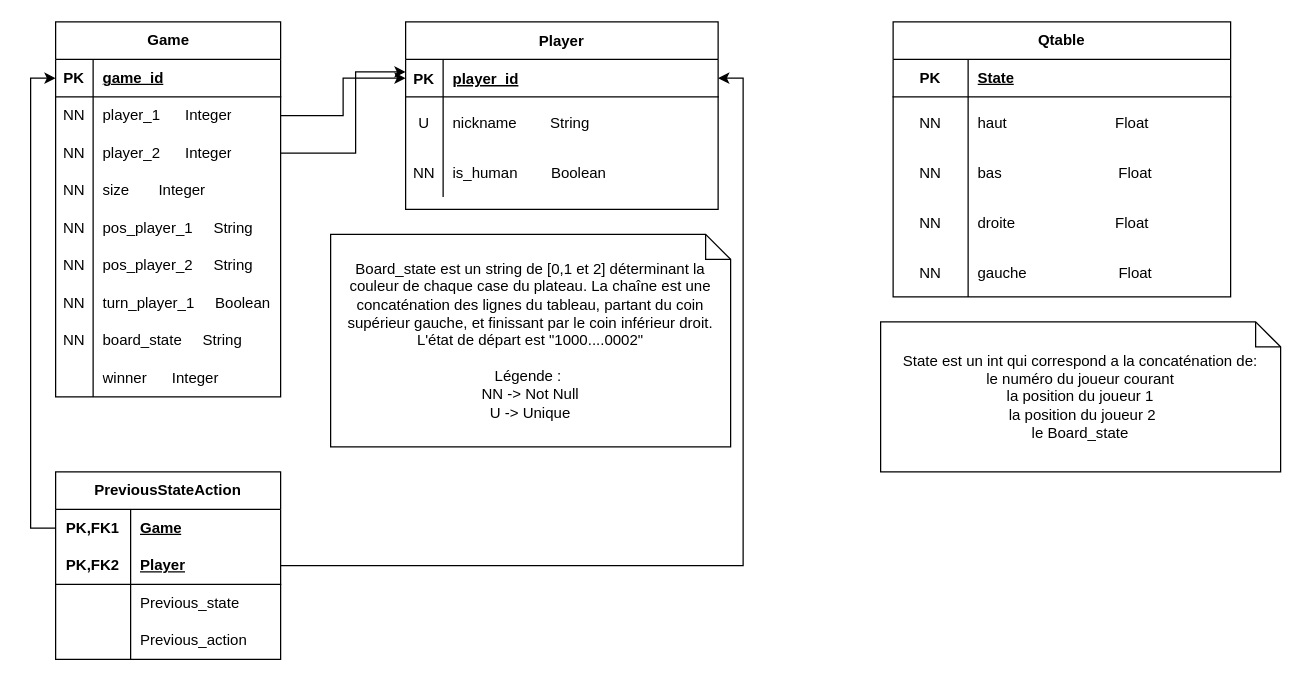
Before: schema base de donnée.drawio in perdita96/Projet-IA, a draw.io diagram. Source tidied: cells renumbered, new cells numbered last; positions are measured from the earlier drawing's top-left corner, leaving out a move shared by most shapes. Both pictures are drawn from the tidied source at 125%, with x=0, y=0 at pixel (55, 21).
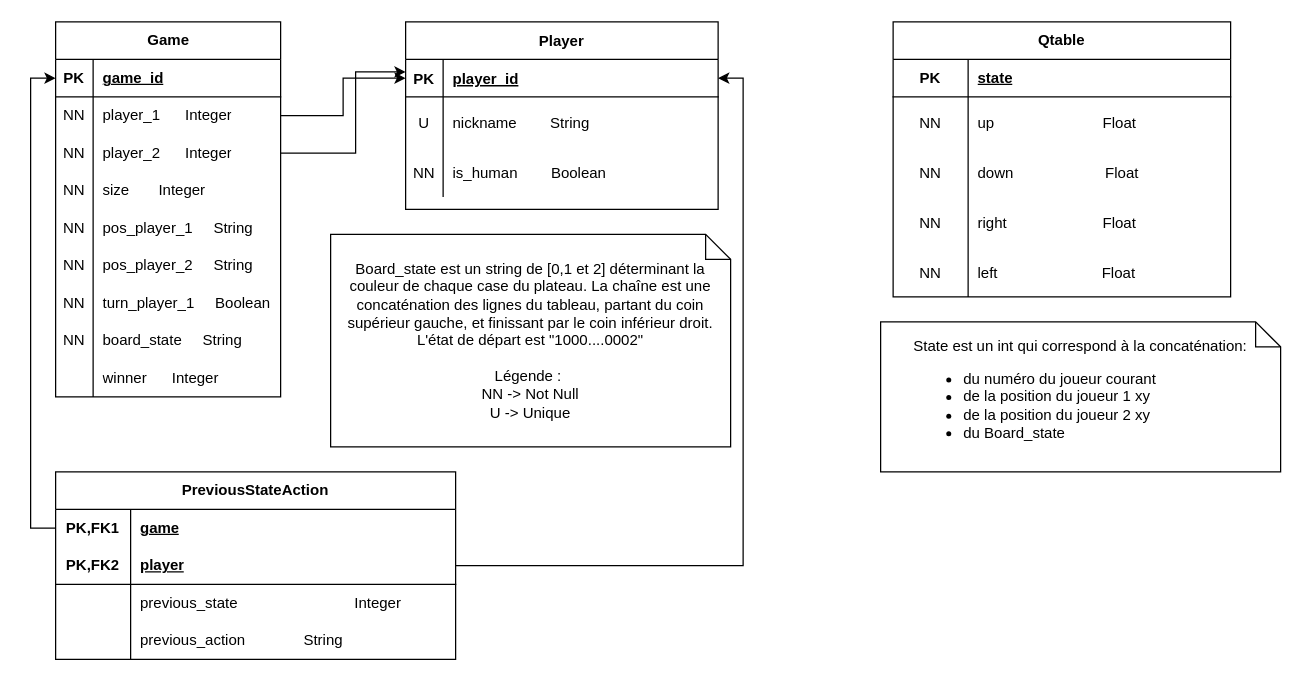
Above is the later version.

The change refers to these unchanged cells:
```xml
<mxCell id="44" style="shape=tableRow;horizontal=0;startSize=0;swimlaneHead=0;swimlaneBody=0;fillColor=none;top=0;left=0;right=0;bottom=1;html=1;" parent="43" vertex="1">
  <mxGeometry y="30" width="270" height="30" as="geometry" />
</mxCell>
<mxCell id="47" style="shape=partialRectangle;fillColor=none;top=0;left=0;right=0;bottom=0;" parent="43" vertex="1">
  <mxGeometry y="60" width="270" height="40" as="geometry" />
</mxCell>
<mxCell id="50" style="shape=partialRectangle;fillColor=none;top=0;left=0;right=0;bottom=0;" parent="43" vertex="1">
  <mxGeometry y="100" width="270" height="40" as="geometry" />
</mxCell>
<mxCell id="53" style="shape=partialRectangle;fillColor=none;top=0;left=0;right=0;bottom=0;" parent="43" vertex="1">
  <mxGeometry y="140" width="270" height="40" as="geometry" />
</mxCell>
<mxCell id="56" style="shape=partialRectangle;fillColor=none;top=0;left=0;right=0;bottom=0;" parent="43" vertex="1">
  <mxGeometry y="180" width="270" height="40" as="geometry" />
</mxCell>
```

Change to the diagram source:
```diff
@@
-    <mxCell id="46" value="State" style="shape=partialRectangle;fillColor=none;top=0;left=0;bottom=0;right=0;align=left;spacingLeft=6;fontStyle=5;overflow=hidden;html=1;whiteSpace=wrap;" parent="44" vertex="1">
+    <mxCell id="46" value="state" style="shape=partialRectangle;fillColor=none;top=0;left=0;bottom=0;right=0;align=left;spacingLeft=6;fontStyle=5;overflow=hidden;html=1;whiteSpace=wrap;" parent="44" vertex="1">
       <mxGeometry x="60" width="210" height="30" as="geometry" />
     </mxCell>
@@
-    <mxCell id="49" value="haut                          Float" style="shape=partialRectangle;overflow=hidden;fillColor=none;top=0;left=0;bottom=0;right=0;align=left;spacingLeft=6;" parent="47" vertex="1">
+    <mxCell id="49" value="up                          Float" style="shape=partialRectangle;overflow=hidden;fillColor=none;top=0;left=0;bottom=0;right=0;align=left;spacingLeft=6;" parent="47" vertex="1">
       <mxGeometry x="60" width="210" height="40" as="geometry" />
     </mxCell>
@@
-    <mxCell id="52" value="bas                            Float" style="shape=partialRectangle;overflow=hidden;fillColor=none;top=0;left=0;bottom=0;right=0;align=left;spacingLeft=6;" parent="50" vertex="1">
+    <mxCell id="52" value="down                      Float" style="shape=partialRectangle;overflow=hidden;fillColor=none;top=0;left=0;bottom=0;right=0;align=left;spacingLeft=6;" parent="50" vertex="1">
       <mxGeometry x="60" width="210" height="40" as="geometry" />
     </mxCell>
@@
-    <mxCell id="55" value="droite                        Float" style="shape=partialRectangle;overflow=hidden;fillColor=none;top=0;left=0;bottom=0;right=0;align=left;spacingLeft=6;" parent="53" vertex="1">
+    <mxCell id="55" value="right                       Float" style="shape=partialRectangle;overflow=hidden;fillColor=none;top=0;left=0;bottom=0;right=0;align=left;spacingLeft=6;" parent="53" vertex="1">
       <mxGeometry x="60" width="210" height="40" as="geometry" />
     </mxCell>
@@
-    <mxCell id="58" value="gauche                      Float" style="shape=partialRectangle;overflow=hidden;fillColor=none;top=0;left=0;bottom=0;right=0;align=left;spacingLeft=6;" parent="56" vertex="1">
+    <mxCell id="58" value="left                         Float" style="shape=partialRectangle;overflow=hidden;fillColor=none;top=0;left=0;bottom=0;right=0;align=left;spacingLeft=6;" parent="56" vertex="1">
       <mxGeometry x="60" width="210" height="40" as="geometry" />
     </mxCell>
-    <mxCell id="59" value="State est un int qui correspond a la concaténation de:&lt;br&gt;le numéro du joueur courant&lt;br&gt;la position du joueur 1&lt;br&gt;&amp;nbsp;la position du joueur 2&lt;br&gt;le Board_state" style="shape=note;size=20;whiteSpace=wrap;html=1;" parent="1" vertex="1">
+    <mxCell id="59" value="State est un int qui correspond à la concaténation:&lt;br&gt;&lt;div style=&quot;text-align: left;&quot;&gt;&lt;ul&gt;&lt;li&gt;&lt;span style=&quot;background-color: initial;&quot;&gt;du numéro du joueur courant&lt;/span&gt;&lt;/li&gt;&lt;li&gt;&lt;span style=&quot;background-color: initial;&quot;&gt;de la position du joueur 1 xy&lt;/span&gt;&lt;/li&gt;&lt;li&gt;&lt;span style=&quot;background-color: initial;&quot;&gt;de la position du joueur 2 xy&lt;/span&gt;&lt;/li&gt;&lt;li&gt;&lt;span style=&quot;background-color: initial;&quot;&gt;du Board_state&lt;/span&gt;&lt;/li&gt;&lt;/ul&gt;&lt;/div&gt;" style="shape=note;size=20;whiteSpace=wrap;html=1;" parent="1" vertex="1">
       <mxGeometry x="660" y="240" width="320" height="120" as="geometry" />
     </mxCell>
     <mxCell id="60" value="PreviousStateAction" style="shape=table;startSize=30;childLayout=tableLayout;rowLines=0;fontStyle=1;align=center;html=1;whiteSpace=wrap;" parent="1" vertex="1">
-      <mxGeometry y="360" width="180" height="150" as="geometry" />
+      <mxGeometry y="360" width="320" height="150" as="geometry" />
     </mxCell>
     <mxCell id="61" style="shape=tableRow;horizontal=0;startSize=0;swimlaneHead=0;swimlaneBody=0;fillColor=none;points=[[0,0.5],[1,0.5]];portConstraint=eastwest;top=0;left=0;right=0;bottom=0;html=1;" parent="60" vertex="1">
-      <mxGeometry y="30" width="180" height="30" as="geometry" />
+      <mxGeometry y="30" width="320" height="30" as="geometry" />
     </mxCell>
@@
-    <mxCell id="63" value="Game" style="shape=partialRectangle;fillColor=none;top=0;left=0;bottom=0;right=0;align=left;spacingLeft=6;fontStyle=5;overflow=hidden;html=1;whiteSpace=wrap;" parent="61" vertex="1">
-      <mxGeometry x="60" width="120" height="30" as="geometry" />
+    <mxCell id="63" value="game" style="shape=partialRectangle;fillColor=none;top=0;left=0;bottom=0;right=0;align=left;spacingLeft=6;fontStyle=5;overflow=hidden;html=1;whiteSpace=wrap;" parent="61" vertex="1">
+      <mxGeometry x="60" width="260" height="30" as="geometry" />
     </mxCell>
     <mxCell id="64" style="shape=tableRow;horizontal=0;startSize=0;swimlaneHead=0;swimlaneBody=0;fillColor=none;points=[[0,0.5],[1,0.5]];portConstraint=eastwest;top=0;left=0;right=0;bottom=1;html=1;" parent="60" vertex="1">
-      <mxGeometry y="60" width="180" height="30" as="geometry" />
+      <mxGeometry y="60" width="320" height="30" as="geometry" />
     </mxCell>
@@
-    <mxCell id="66" value="Player" style="shape=partialRectangle;fillColor=none;top=0;left=0;bottom=0;right=0;align=left;spacingLeft=6;fontStyle=5;overflow=hidden;html=1;whiteSpace=wrap;" parent="64" vertex="1">
-      <mxGeometry x="60" width="120" height="30" as="geometry" />
+    <mxCell id="66" value="player" style="shape=partialRectangle;fillColor=none;top=0;left=0;bottom=0;right=0;align=left;spacingLeft=6;fontStyle=5;overflow=hidden;html=1;whiteSpace=wrap;" parent="64" vertex="1">
+      <mxGeometry x="60" width="260" height="30" as="geometry" />
     </mxCell>
     <mxCell id="67" style="shape=tableRow;horizontal=0;startSize=0;swimlaneHead=0;swimlaneBody=0;fillColor=none;top=0;left=0;right=0;bottom=0;html=1;" parent="60" vertex="1">
-      <mxGeometry y="90" width="180" height="30" as="geometry" />
+      <mxGeometry y="90" width="320" height="30" as="geometry" />
     </mxCell>
@@
-    <mxCell id="69" value="Previous_state" style="shape=partialRectangle;fillColor=none;top=0;left=0;bottom=0;right=0;align=left;spacingLeft=6;overflow=hidden;html=1;whiteSpace=wrap;" parent="67" vertex="1">
-      <mxGeometry x="60" width="120" height="30" as="geometry" />
+    <mxCell id="69" value="previous_state&amp;nbsp; &amp;nbsp; &amp;nbsp; &amp;nbsp; &amp;nbsp; &amp;nbsp; &amp;nbsp; &amp;nbsp; &amp;nbsp; &amp;nbsp; &amp;nbsp; &amp;nbsp; &amp;nbsp; &amp;nbsp; Integer" style="shape=partialRectangle;fillColor=none;top=0;left=0;bottom=0;right=0;align=left;spacingLeft=6;overflow=hidden;html=1;whiteSpace=wrap;" parent="67" vertex="1">
+      <mxGeometry x="60" width="260" height="30" as="geometry" />
     </mxCell>
     <mxCell id="70" style="shape=tableRow;horizontal=0;startSize=0;swimlaneHead=0;swimlaneBody=0;fillColor=none;top=0;left=0;right=0;bottom=0;html=1;" parent="60" vertex="1">
-      <mxGeometry y="120" width="180" height="30" as="geometry" />
+      <mxGeometry y="120" width="320" height="30" as="geometry" />
     </mxCell>
@@
-    <mxCell id="72" value="Previous_action" style="shape=partialRectangle;fillColor=none;top=0;left=0;bottom=0;right=0;align=left;spacingLeft=6;overflow=hidden;html=1;whiteSpace=wrap;" parent="70" vertex="1">
-      <mxGeometry x="60" width="120" height="30" as="geometry" />
+    <mxCell id="72" value="previous_action&lt;span style=&quot;white-space: pre;&quot;&gt; &lt;/span&gt;&lt;span style=&quot;white-space: pre;&quot;&gt; &lt;/span&gt;&amp;nbsp; &amp;nbsp; &amp;nbsp; &amp;nbsp; &amp;nbsp; &amp;nbsp; String" style="shape=partialRectangle;fillColor=none;top=0;left=0;bottom=0;right=0;align=left;spacingLeft=6;overflow=hidden;html=1;whiteSpace=wrap;" parent="70" vertex="1">
+      <mxGeometry x="60" width="260" height="30" as="geometry" />
     </mxCell>
```
